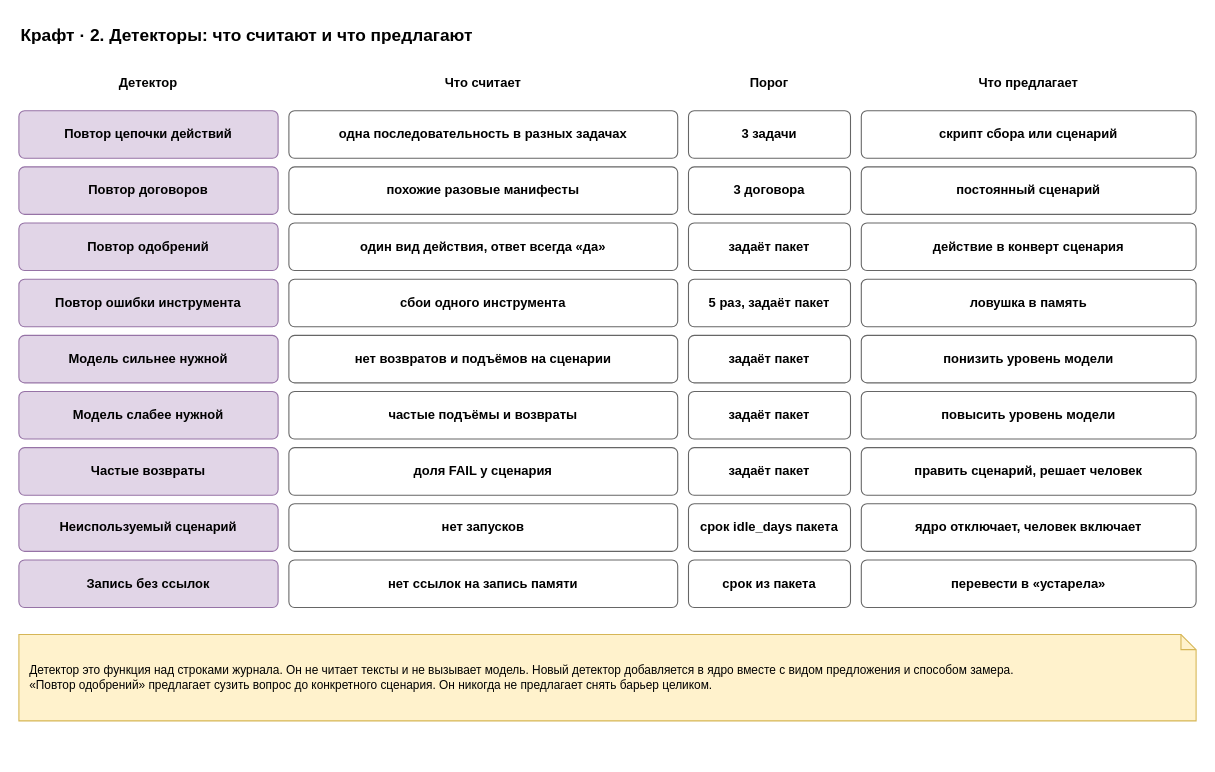
This is page "2. Детекторы" (2 of 7) of docs/spec/harness-craft.drawio from roygkov/reins, a draw.io file, before an edit. Source tidied: cells renumbered, new cells numbered last; positions are measured from the earlier drawing's top-left corner, leaving out a move shared by most shapes. Both pictures are drawn from the tidied source at 108%, with x=0, y=0 at pixel (18, 18).
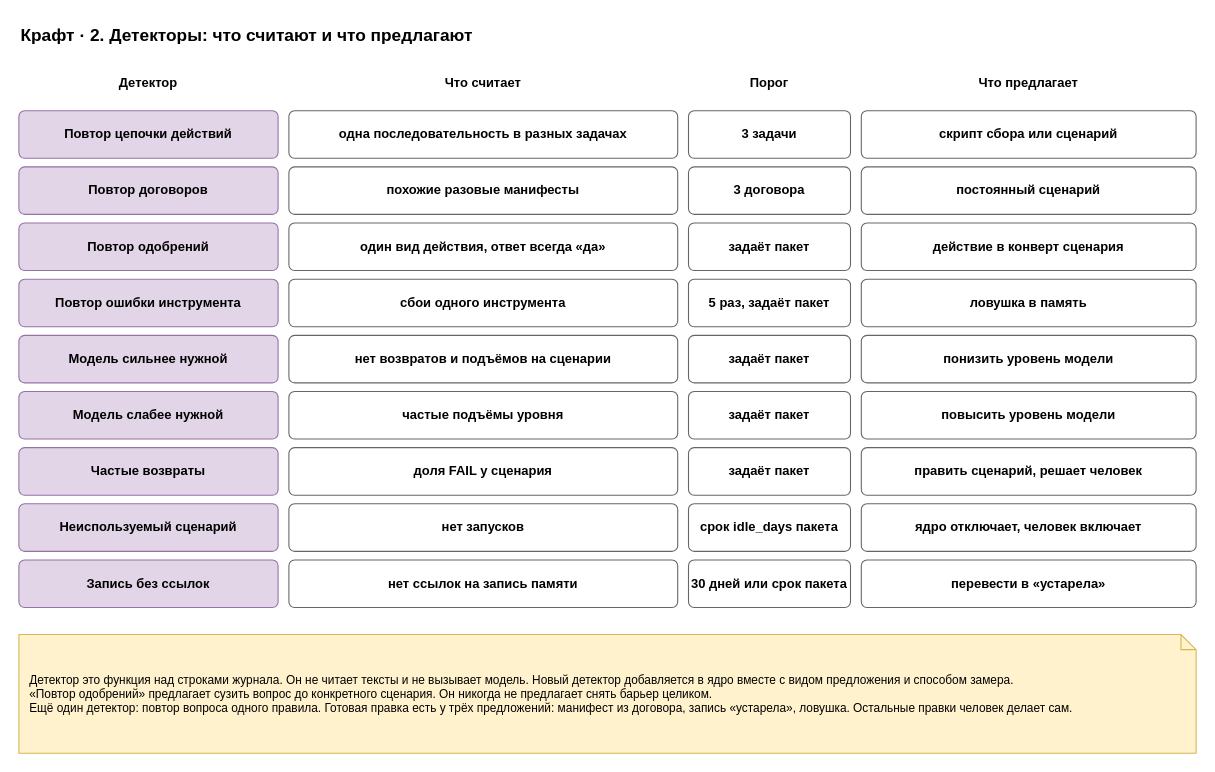
Above is the later version.

Change to the diagram source:
```diff
@@
-    <mxCell id="28" value="&lt;b&gt;частые подъёмы и возвраты&lt;/b&gt;" style="rounded=1;whiteSpace=wrap;html=1;fillColor=#ffffff;strokeColor=#666666;arcSize=12;fontStyle=0;" parent="1" vertex="1">
+    <mxCell id="28" value="&lt;b&gt;частые подъёмы уровня&lt;/b&gt;" style="rounded=1;whiteSpace=wrap;html=1;fillColor=#ffffff;strokeColor=#666666;arcSize=12;fontStyle=0;" parent="1" vertex="1">
       <mxGeometry x="250" y="345" width="360" height="44" as="geometry" />
     </mxCell>
@@
-    <mxCell id="41" value="&lt;b&gt;срок из пакета&lt;/b&gt;" style="rounded=1;whiteSpace=wrap;html=1;fillColor=#ffffff;strokeColor=#666666;arcSize=12;fontStyle=0;" parent="1" vertex="1">
+    <mxCell id="41" value="&lt;b&gt;30 дней или срок пакета&lt;/b&gt;" style="rounded=1;whiteSpace=wrap;html=1;fillColor=#ffffff;strokeColor=#666666;arcSize=12;fontStyle=0;" parent="1" vertex="1">
       <mxGeometry x="620" y="501" width="150" height="44" as="geometry" />
     </mxCell>
@@
-    <mxCell id="43" value="Детектор это функция над строками журнала. Он не читает тексты и не вызывает модель. Новый детектор добавляется в ядро вместе с видом предложения и способом замера.&lt;br&gt;«Повтор одобрений» предлагает сузить вопрос до конкретного сценария. Он никогда не предлагает снять барьер целиком." style="shape=note;whiteSpace=wrap;html=1;backgroundOutline=1;size=14;fillColor=#fff2cc;strokeColor=#d6b656;align=left;spacingLeft=8;spacingRight=8;fontSize=11;" parent="1" vertex="1">
-      <mxGeometry y="570" width="1090" height="80" as="geometry" />
+    <mxCell id="43" value="Детектор это функция над строками журнала. Он не читает тексты и не вызывает модель. Новый детектор добавляется в ядро вместе с видом предложения и способом замера.&lt;br&gt;«Повтор одобрений» предлагает сузить вопрос до конкретного сценария. Он никогда не предлагает снять барьер целиком.&lt;br&gt;Ещё один детектор: повтор вопроса одного правила. Готовая правка есть у трёх предложений: манифест из договора, запись «устарела», ловушка. Остальные правки человек делает сам." style="shape=note;whiteSpace=wrap;html=1;backgroundOutline=1;size=14;fillColor=#fff2cc;strokeColor=#d6b656;align=left;spacingLeft=8;spacingRight=8;fontSize=11;" parent="1" vertex="1">
+      <mxGeometry y="570" width="1090" height="110" as="geometry" />
     </mxCell>
```
